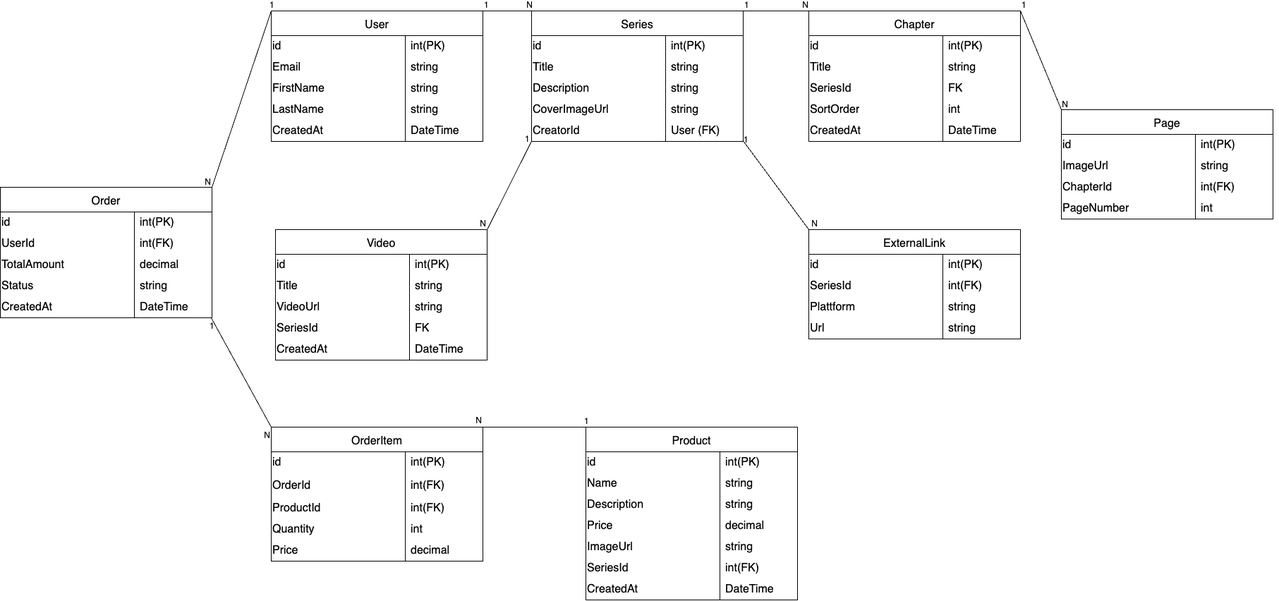
Above: Diagrams/ER-diagram.png in SaraM47/Twinstartanimation-backend (draw.io), before the change. Source tidied: cells renumbered, new cells last; positions are measured from the earlier drawing's top-left corner, leaving out a move shared by most shapes.
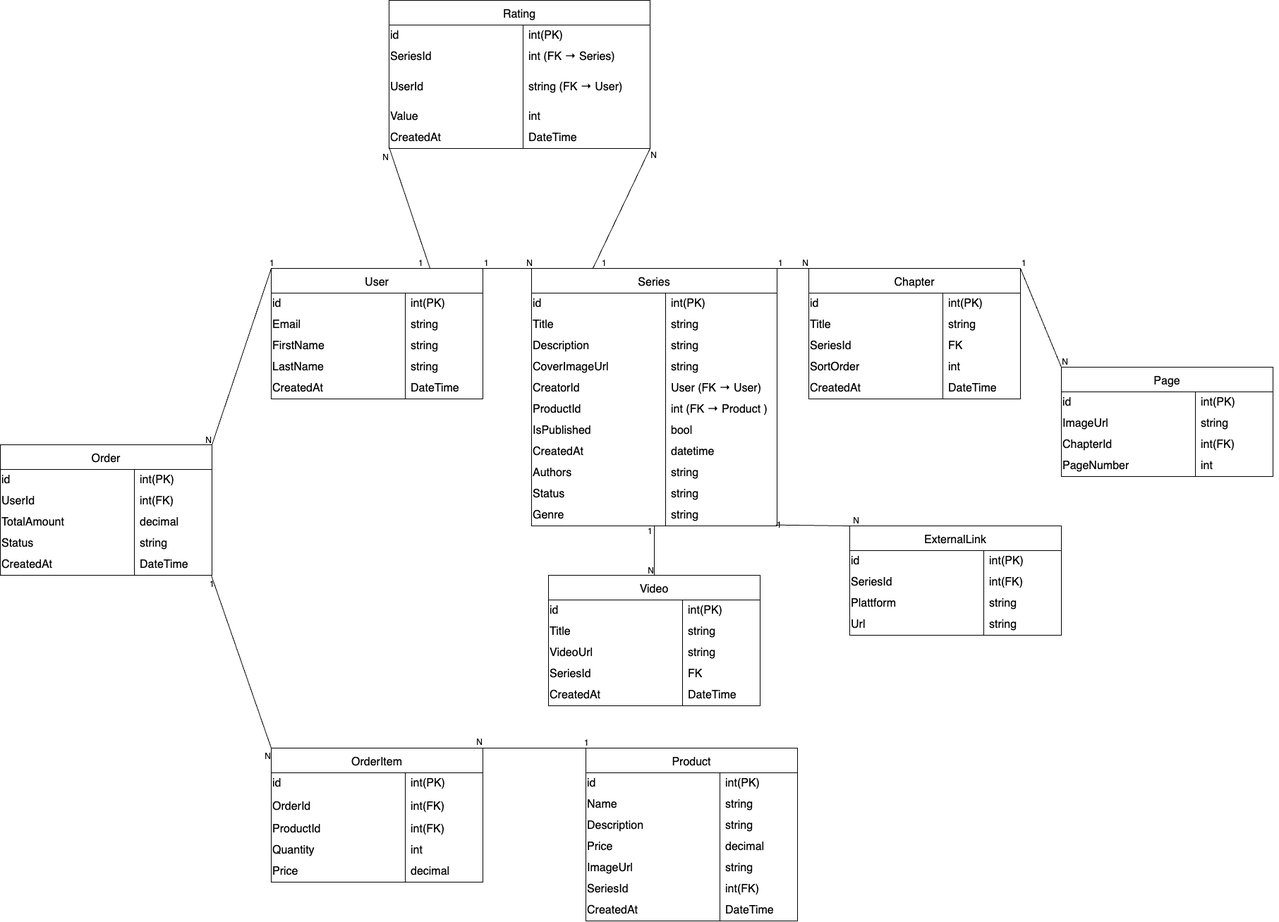
After the commit.

Commit message:
Updared the ER-diragram by adding Rating entity and fields in Series entiteten

Change to the diagram source:
```diff
@@ -53,6 +53,6 @@
     <mxCell id="18" value="Series" style="shape=table;startSize=35;rowLines=0;fontStyle=0;strokeColor=default;fontSize=16;rounded=0;" parent="1" vertex="1">
-      <mxGeometry x="753" width="300" height="185" as="geometry" />
+      <mxGeometry x="753" width="348" height="365" as="geometry" />
     </mxCell>
     <mxCell id="19" style="shape=tableRow;horizontal=0;startSize=0;swimlaneHead=0;swimlaneBody=0;top=0;left=0;bottom=0;right=0;fillColor=none;strokeColor=inherit;fontSize=16;rounded=0;" parent="18" vertex="1">
-      <mxGeometry y="35" width="300" height="30" as="geometry" />
+      <mxGeometry y="35" width="348" height="30" as="geometry" />
     </mxCell>
@@ -62,6 +62,6 @@
     <mxCell id="21" value="&lt;span style=&quot;color: rgb(0, 0, 0);&quot;&gt;&lt;font&gt;int(PK)&lt;/font&gt;&lt;/span&gt;" style="shape=partialRectangle;html=1;whiteSpace=wrap;fillColor=none;top=0;left=0;bottom=0;right=0;align=left;spacingLeft=6;overflow=hidden;strokeColor=inherit;fontSize=16;rounded=0;strokeWidth=16;" parent="19" vertex="1">
-      <mxGeometry x="190" width="110" height="30" as="geometry" />
+      <mxGeometry x="190" width="158" height="30" as="geometry" />
     </mxCell>
     <mxCell id="22" style="shape=tableRow;horizontal=0;startSize=0;swimlaneHead=0;swimlaneBody=0;top=0;left=0;bottom=0;right=0;fillColor=none;strokeColor=inherit;fontSize=16;rounded=0;" parent="18" vertex="1">
-      <mxGeometry y="65" width="300" height="30" as="geometry" />
+      <mxGeometry y="65" width="348" height="30" as="geometry" />
     </mxCell>
@@ -71,6 +71,6 @@
     <mxCell id="24" value="&lt;span style=&quot;color: rgb(0, 0, 0);&quot;&gt;&lt;font&gt;string&lt;/font&gt;&lt;/span&gt;" style="shape=partialRectangle;html=1;whiteSpace=wrap;fillColor=none;top=0;left=0;bottom=0;right=0;align=left;spacingLeft=6;overflow=hidden;strokeColor=inherit;fontSize=16;rounded=0;strokeWidth=16;" parent="22" vertex="1">
-      <mxGeometry x="190" width="110" height="30" as="geometry" />
+      <mxGeometry x="190" width="158" height="30" as="geometry" />
     </mxCell>
     <mxCell id="25" style="shape=tableRow;horizontal=0;startSize=0;swimlaneHead=0;swimlaneBody=0;top=0;left=0;bottom=0;right=0;fillColor=none;strokeColor=inherit;fontSize=16;rounded=0;" parent="18" vertex="1">
-      <mxGeometry y="95" width="300" height="30" as="geometry" />
+      <mxGeometry y="95" width="348" height="30" as="geometry" />
     </mxCell>
@@ -80,6 +80,6 @@
     <mxCell id="27" value="&lt;span style=&quot;color: rgb(0, 0, 0);&quot;&gt;&lt;font&gt;string&lt;/font&gt;&lt;/span&gt;" style="shape=partialRectangle;html=1;whiteSpace=wrap;fillColor=none;top=0;left=0;bottom=0;right=0;align=left;spacingLeft=6;overflow=hidden;strokeColor=inherit;fontSize=16;rounded=0;strokeWidth=16;" parent="25" vertex="1">
-      <mxGeometry x="190" width="110" height="30" as="geometry" />
+      <mxGeometry x="190" width="158" height="30" as="geometry" />
     </mxCell>
     <mxCell id="28" style="shape=tableRow;horizontal=0;startSize=0;swimlaneHead=0;swimlaneBody=0;top=0;left=0;bottom=0;right=0;fillColor=none;strokeColor=inherit;fontSize=16;rounded=0;" parent="18" vertex="1">
-      <mxGeometry y="125" width="300" height="30" as="geometry" />
+      <mxGeometry y="125" width="348" height="30" as="geometry" />
     </mxCell>
@@ -89,6 +89,6 @@
     <mxCell id="30" value="string" style="shape=partialRectangle;html=1;whiteSpace=wrap;fillColor=none;top=0;left=0;bottom=0;right=0;align=left;spacingLeft=6;overflow=hidden;strokeColor=inherit;fontSize=16;rounded=0;" parent="28" vertex="1">
-      <mxGeometry x="190" width="110" height="30" as="geometry" />
+      <mxGeometry x="190" width="158" height="30" as="geometry" />
     </mxCell>
     <mxCell id="31" style="shape=tableRow;horizontal=0;startSize=0;swimlaneHead=0;swimlaneBody=0;top=0;left=0;bottom=0;right=0;fillColor=none;points=[[0,0.5],[1,0.5]];portConstraint=eastwest;strokeColor=inherit;fontSize=16;rounded=0;" parent="18" vertex="1">
-      <mxGeometry y="155" width="300" height="30" as="geometry" />
+      <mxGeometry y="155" width="348" height="30" as="geometry" />
     </mxCell>
@@ -97,5 +97,59 @@
     </mxCell>
-    <mxCell id="33" value="User (FK)" style="shape=partialRectangle;html=1;whiteSpace=wrap;fillColor=none;top=0;left=0;bottom=0;right=0;align=left;spacingLeft=6;overflow=hidden;strokeColor=inherit;fontSize=16;rounded=0;" parent="31" vertex="1">
-      <mxGeometry x="190" width="110" height="30" as="geometry" />
+    <mxCell id="33" value="User (FK → User)" style="shape=partialRectangle;html=1;whiteSpace=wrap;fillColor=none;top=0;left=0;bottom=0;right=0;align=left;spacingLeft=6;overflow=hidden;strokeColor=inherit;fontSize=16;rounded=0;" parent="31" vertex="1">
+      <mxGeometry x="190" width="158" height="30" as="geometry" />
     </mxCell>
+    <mxCell id="170" style="shape=tableRow;horizontal=0;startSize=0;swimlaneHead=0;swimlaneBody=0;top=0;left=0;bottom=0;right=0;fillColor=none;strokeColor=inherit;fontSize=16;rounded=0;" parent="18" vertex="1">
+      <mxGeometry y="185" width="348" height="30" as="geometry" />
+    </mxCell>
+    <mxCell id="171" value="ProductId" style="shape=partialRectangle;html=1;whiteSpace=wrap;fillColor=none;top=0;left=0;bottom=0;right=0;overflow=hidden;strokeColor=inherit;fontSize=16;align=left;rounded=0;" parent="170" vertex="1">
+      <mxGeometry width="190" height="30" as="geometry" />
+    </mxCell>
+    <mxCell id="172" value="int (FK →&amp;nbsp;Product )" style="shape=partialRectangle;html=1;whiteSpace=wrap;fillColor=none;top=0;left=0;bottom=0;right=0;align=left;spacingLeft=6;overflow=hidden;strokeColor=inherit;fontSize=16;rounded=0;" parent="170" vertex="1">
+      <mxGeometry x="190" width="158" height="30" as="geometry" />
+    </mxCell>
+    <mxCell id="173" style="shape=tableRow;horizontal=0;startSize=0;swimlaneHead=0;swimlaneBody=0;top=0;left=0;bottom=0;right=0;fillColor=none;strokeColor=inherit;fontSize=16;rounded=0;" parent="18" vertex="1">
+      <mxGeometry y="215" width="348" height="30" as="geometry" />
+    </mxCell>
+    <mxCell id="174" value="IsPublished" style="shape=partialRectangle;html=1;whiteSpace=wrap;fillColor=none;top=0;left=0;bottom=0;right=0;overflow=hidden;strokeColor=inherit;fontSize=16;align=left;rounded=0;" parent="173" vertex="1">
+      <mxGeometry width="190" height="30" as="geometry" />
+    </mxCell>
+    <mxCell id="175" value="bool" style="shape=partialRectangle;html=1;whiteSpace=wrap;fillColor=none;top=0;left=0;bottom=0;right=0;align=left;spacingLeft=6;overflow=hidden;strokeColor=inherit;fontSize=16;rounded=0;" parent="173" vertex="1">
+      <mxGeometry x="190" width="158" height="30" as="geometry" />
+    </mxCell>
+    <mxCell id="176" style="shape=tableRow;horizontal=0;startSize=0;swimlaneHead=0;swimlaneBody=0;top=0;left=0;bottom=0;right=0;fillColor=none;strokeColor=inherit;fontSize=16;rounded=0;" parent="18" vertex="1">
+      <mxGeometry y="245" width="348" height="30" as="geometry" />
+    </mxCell>
+    <mxCell id="177" value="CreatedAt" style="shape=partialRectangle;html=1;whiteSpace=wrap;fillColor=none;top=0;left=0;bottom=0;right=0;overflow=hidden;strokeColor=inherit;fontSize=16;align=left;rounded=0;" parent="176" vertex="1">
+      <mxGeometry width="190" height="30" as="geometry" />
+    </mxCell>
+    <mxCell id="178" value="&lt;meta charset=&quot;utf-8&quot;&gt;datetime" style="shape=partialRectangle;html=1;whiteSpace=wrap;fillColor=none;top=0;left=0;bottom=0;right=0;align=left;spacingLeft=6;overflow=hidden;strokeColor=inherit;fontSize=16;rounded=0;" parent="176" vertex="1">
+      <mxGeometry x="190" width="158" height="30" as="geometry" />
+    </mxCell>
+    <mxCell id="179" style="shape=tableRow;horizontal=0;startSize=0;swimlaneHead=0;swimlaneBody=0;top=0;left=0;bottom=0;right=0;fillColor=none;strokeColor=inherit;fontSize=16;rounded=0;" parent="18" vertex="1">
+      <mxGeometry y="275" width="348" height="30" as="geometry" />
+    </mxCell>
+    <mxCell id="180" value="Authors" style="shape=partialRectangle;html=1;whiteSpace=wrap;fillColor=none;top=0;left=0;bottom=0;right=0;overflow=hidden;strokeColor=inherit;fontSize=16;align=left;rounded=0;" parent="179" vertex="1">
+      <mxGeometry width="190" height="30" as="geometry" />
+    </mxCell>
+    <mxCell id="181" value="string" style="shape=partialRectangle;html=1;whiteSpace=wrap;fillColor=none;top=0;left=0;bottom=0;right=0;align=left;spacingLeft=6;overflow=hidden;strokeColor=inherit;fontSize=16;rounded=0;" parent="179" vertex="1">
+      <mxGeometry x="190" width="158" height="30" as="geometry" />
+    </mxCell>
+    <mxCell id="182" style="shape=tableRow;horizontal=0;startSize=0;swimlaneHead=0;swimlaneBody=0;top=0;left=0;bottom=0;right=0;fillColor=none;strokeColor=inherit;fontSize=16;rounded=0;" parent="18" vertex="1">
+      <mxGeometry y="305" width="348" height="30" as="geometry" />
+    </mxCell>
+    <mxCell id="183" value="Status" style="shape=partialRectangle;html=1;whiteSpace=wrap;fillColor=none;top=0;left=0;bottom=0;right=0;overflow=hidden;strokeColor=inherit;fontSize=16;align=left;rounded=0;" parent="182" vertex="1">
+      <mxGeometry width="190" height="30" as="geometry" />
+    </mxCell>
+    <mxCell id="184" value="string" style="shape=partialRectangle;html=1;whiteSpace=wrap;fillColor=none;top=0;left=0;bottom=0;right=0;align=left;spacingLeft=6;overflow=hidden;strokeColor=inherit;fontSize=16;rounded=0;" parent="182" vertex="1">
+      <mxGeometry x="190" width="158" height="30" as="geometry" />
+    </mxCell>
+    <mxCell id="185" style="shape=tableRow;horizontal=0;startSize=0;swimlaneHead=0;swimlaneBody=0;top=0;left=0;bottom=0;right=0;fillColor=none;points=[[0,0.5],[1,0.5]];portConstraint=eastwest;strokeColor=inherit;fontSize=16;rounded=0;" parent="18" vertex="1">
+      <mxGeometry y="335" width="348" height="30" as="geometry" />
+    </mxCell>
+    <mxCell id="186" value="Genre" style="shape=partialRectangle;html=1;whiteSpace=wrap;fillColor=none;top=0;left=0;bottom=0;right=0;overflow=hidden;strokeColor=inherit;fontSize=16;align=left;rounded=0;" parent="185" vertex="1">
+      <mxGeometry width="190" height="30" as="geometry" />
+    </mxCell>
+    <mxCell id="187" value="string" style="shape=partialRectangle;html=1;whiteSpace=wrap;fillColor=none;top=0;left=0;bottom=0;right=0;align=left;spacingLeft=6;overflow=hidden;strokeColor=inherit;fontSize=16;rounded=0;" parent="185" vertex="1">
+      <mxGeometry x="190" width="158" height="30" as="geometry" />
+    </mxCell>
     <mxCell id="34" value="Chapter" style="shape=table;startSize=35;rowLines=0;fontStyle=0;strokeColor=default;fontSize=16;rounded=0;" parent="1" vertex="1">
@@ -188,3 +242,3 @@
     <mxCell id="63" value="Video" style="shape=table;startSize=35;rowLines=0;fontStyle=0;strokeColor=default;fontSize=16;rounded=0;" parent="1" vertex="1">
-      <mxGeometry x="390" y="310" width="300" height="185" as="geometry" />
+      <mxGeometry x="777" y="435" width="300" height="185" as="geometry" />
     </mxCell>
@@ -236,3 +290,3 @@
     <mxCell id="79" value="Product" style="shape=table;startSize=35;rowLines=0;fontStyle=0;strokeColor=default;fontSize=16;rounded=0;" parent="1" vertex="1">
-      <mxGeometry x="830" y="590" width="300" height="245" as="geometry" />
+      <mxGeometry x="830" y="680" width="300" height="245" as="geometry" />
     </mxCell>
@@ -350,3 +404,3 @@
     <mxCell id="117" value="OrderItem" style="shape=table;startSize=35;rowLines=0;fontStyle=0;strokeColor=default;fontSize=16;rounded=0;" parent="1" vertex="1">
-      <mxGeometry x="384" y="590" width="300" height="190" as="geometry" />
+      <mxGeometry x="384" y="680" width="300" height="190" as="geometry" />
     </mxCell>
@@ -398,3 +452,3 @@
     <mxCell id="133" value="ExternalLink" style="shape=table;startSize=35;rowLines=0;fontStyle=0;strokeColor=default;fontSize=16;rounded=0;" parent="1" vertex="1">
-      <mxGeometry x="1146" y="310" width="300" height="155" as="geometry" />
+      <mxGeometry x="1204" y="365" width="300" height="155" as="geometry" />
     </mxCell>
@@ -504,3 +558,3 @@
     </mxCell>
-    <mxCell id="164" style="endArrow=none;html=1;rounded=0;entryX=1;entryY=0;entryDx=0;entryDy=0;exitX=0;exitY=1;exitDx=0;exitDy=0;" parent="1" edge="1" source="18" target="63">
+    <mxCell id="164" style="endArrow=none;html=1;rounded=0;entryX=0.5;entryY=0;entryDx=0;entryDy=0;exitX=0.5;exitY=1;exitDx=0;exitDy=0;" parent="1" edge="1" source="18" target="63">
       <mxGeometry relative="1" as="geometry" />
@@ -509,3 +563,3 @@
       <mxGeometry x="-1" relative="1" as="geometry">
-        <mxPoint x="-11" y="5" as="offset" />
+        <mxPoint x="-11" y="15" as="offset" />
       </mxGeometry>
@@ -515,3 +569,3 @@
     </mxCell>
-    <mxCell id="167" style="endArrow=none;html=1;rounded=0;exitX=0.998;exitY=0.948;exitDx=0;exitDy=0;entryX=0;entryY=0;entryDx=0;entryDy=0;exitPerimeter=0;" parent="1" edge="1" source="31" target="133">
+    <mxCell id="167" style="endArrow=none;html=1;rounded=0;exitX=0.995;exitY=0.957;exitDx=0;exitDy=0;entryX=0;entryY=0;entryDx=0;entryDy=0;exitPerimeter=0;" parent="1" edge="1" source="185" target="133">
       <mxGeometry relative="1" as="geometry" />
@@ -528,2 +582,76 @@
     </mxCell>
+    <mxCell id="188" value="Rating" style="shape=table;startSize=35;rowLines=0;fontStyle=0;strokeColor=default;fontSize=16;rounded=0;" parent="1" vertex="1">
+      <mxGeometry x="551" y="-380" width="370" height="210" as="geometry" />
+    </mxCell>
+    <mxCell id="189" style="shape=tableRow;horizontal=0;startSize=0;swimlaneHead=0;swimlaneBody=0;top=0;left=0;bottom=0;right=0;fillColor=none;strokeColor=inherit;fontSize=16;rounded=0;" parent="188" vertex="1">
+      <mxGeometry y="35" width="370" height="30" as="geometry" />
+    </mxCell>
+    <mxCell id="190" value="id" style="shape=partialRectangle;html=1;whiteSpace=wrap;fillColor=none;top=0;left=0;bottom=0;right=0;overflow=hidden;strokeColor=inherit;fontSize=16;align=left;rounded=0;" parent="189" vertex="1">
+      <mxGeometry width="190" height="30" as="geometry" />
+    </mxCell>
+    <mxCell id="191" value="&lt;span style=&quot;color: rgb(0, 0, 0);&quot;&gt;&lt;font&gt;int(PK)&lt;/font&gt;&lt;/span&gt;" style="shape=partialRectangle;html=1;whiteSpace=wrap;fillColor=none;top=0;left=0;bottom=0;right=0;align=left;spacingLeft=6;overflow=hidden;strokeColor=inherit;fontSize=16;rounded=0;strokeWidth=16;" parent="189" vertex="1">
+      <mxGeometry x="190" width="180" height="30" as="geometry" />
+    </mxCell>
+    <mxCell id="192" style="shape=tableRow;horizontal=0;startSize=0;swimlaneHead=0;swimlaneBody=0;top=0;left=0;bottom=0;right=0;fillColor=none;strokeColor=inherit;fontSize=16;rounded=0;" parent="188" vertex="1">
+      <mxGeometry y="65" width="370" height="30" as="geometry" />
+    </mxCell>
+    <mxCell id="193" value="SeriesId" style="shape=partialRectangle;html=1;whiteSpace=wrap;fillColor=none;top=0;left=0;bottom=0;right=0;overflow=hidden;strokeColor=inherit;fontSize=16;align=left;rounded=0;" parent="192" vertex="1">
+      <mxGeometry width="190" height="30" as="geometry" />
+    </mxCell>
+    <mxCell id="194" value="int (FK → Series)" style="shape=partialRectangle;html=1;whiteSpace=wrap;fillColor=none;top=0;left=0;bottom=0;right=0;align=left;spacingLeft=6;overflow=hidden;strokeColor=inherit;fontSize=16;rounded=0;strokeWidth=16;" parent="192" vertex="1">
+      <mxGeometry x="190" width="180" height="30" as="geometry" />
+    </mxCell>
+    <mxCell id="195" style="shape=tableRow;horizontal=0;startSize=0;swimlaneHead=0;swimlaneBody=0;top=0;left=0;bottom=0;right=0;fillColor=none;strokeColor=inherit;fontSize=16;rounded=0;" parent="188" vertex="1">
+      <mxGeometry y="95" width="370" height="55" as="geometry" />
+    </mxCell>
+    <mxCell id="196" value="UserId" style="shape=partialRectangle;html=1;whiteSpace=wrap;fillColor=none;top=0;left=0;bottom=0;right=0;overflow=hidden;strokeColor=inherit;fontSize=16;align=left;rounded=0;" parent="195" vertex="1">
+      <mxGeometry width="190" height="55" as="geometry" />
+    </mxCell>
+    <mxCell id="197" value="string (FK → User)" style="shape=partialRectangle;html=1;whiteSpace=wrap;fillColor=none;top=0;left=0;bottom=0;right=0;align=left;spacingLeft=6;overflow=hidden;strokeColor=inherit;fontSize=16;rounded=0;" parent="195" vertex="1">
+      <mxGeometry x="190" width="180" height="55" as="geometry" />
+    </mxCell>
+    <mxCell id="198" style="shape=tableRow;horizontal=0;startSize=0;swimlaneHead=0;swimlaneBody=0;top=0;left=0;bottom=0;right=0;fillColor=none;strokeColor=inherit;fontSize=16;rounded=0;" parent="188" vertex="1">
+      <mxGeometry y="150" width="370" height="30" as="geometry" />
+    </mxCell>
+    <mxCell id="199" value="Value" style="shape=partialRectangle;html=1;whiteSpace=wrap;fillColor=none;top=0;left=0;bottom=0;right=0;overflow=hidden;strokeColor=inherit;fontSize=16;align=left;rounded=0;" parent="198" vertex="1">
+      <mxGeometry width="190" height="30" as="geometry" />
+    </mxCell>
+    <mxCell id="200" value="int" style="shape=partialRectangle;html=1;whiteSpace=wrap;fillColor=none;top=0;left=0;bottom=0;right=0;align=left;spacingLeft=6;overflow=hidden;strokeColor=inherit;fontSize=16;rounded=0;" parent="198" vertex="1">
+      <mxGeometry x="190" width="180" height="30" as="geometry" />
+    </mxCell>
+    <mxCell id="201" style="shape=tableRow;horizontal=0;startSize=0;swimlaneHead=0;swimlaneBody=0;top=0;left=0;bottom=0;right=0;fillColor=none;points=[[0,0.5],[1,0.5]];portConstraint=eastwest;strokeColor=inherit;fontSize=16;rounded=0;" parent="188" vertex="1">
+      <mxGeometry y="180" width="370" height="30" as="geometry" />
+    </mxCell>
+    <mxCell id="202" value="CreatedAt" style="shape=partialRectangle;html=1;whiteSpace=wrap;fillColor=none;top=0;left=0;bottom=0;right=0;overflow=hidden;strokeColor=inherit;fontSize=16;align=left;rounded=0;" parent="201" vertex="1">
+      <mxGeometry width="190" height="30" as="geometry" />
+    </mxCell>
+    <mxCell id="203" value="DateTime" style="shape=partialRectangle;html=1;whiteSpace=wrap;fillColor=none;top=0;left=0;bottom=0;right=0;align=left;spacingLeft=6;overflow=hidden;strokeColor=inherit;fontSize=16;rounded=0;" parent="201" vertex="1">
+      <mxGeometry x="190" width="180" height="30" as="geometry" />
+    </mxCell>
+    <mxCell id="204" style="endArrow=none;html=1;rounded=0;exitX=0.75;exitY=0;exitDx=0;exitDy=0;entryX=0;entryY=0.937;entryDx=0;entryDy=0;entryPerimeter=0;" parent="1" edge="1" source="2" target="201">
+      <mxGeometry relative="1" as="geometry" />
+    </mxCell>
+    <mxCell id="205" value="1" style="html=1;whiteSpace=wrap;align=left;verticalAlign=bottom;" parent="204" vertex="1">
+      <mxGeometry x="-1" relative="1" as="geometry">
+        <mxPoint x="-18" as="offset" />
+      </mxGeometry>
+    </mxCell>
+    <mxCell id="206" value="N" style="html=1;whiteSpace=wrap;align=right;verticalAlign=bottom;" parent="204" vertex="1">
+      <mxGeometry x="1" relative="1" as="geometry">
+        <mxPoint y="22" as="offset" />
+      </mxGeometry>
+    </mxCell>
+    <mxCell id="207" style="endArrow=none;html=1;rounded=0;exitX=0.25;exitY=0;exitDx=0;exitDy=0;entryX=1.001;entryY=0.975;entryDx=0;entryDy=0;entryPerimeter=0;" parent="1" edge="1" source="18" target="201">
+      <mxGeometry relative="1" as="geometry" />
+    </mxCell>
+    <mxCell id="208" value="1" style="html=1;whiteSpace=wrap;align=left;verticalAlign=bottom;" parent="207" vertex="1">
+      <mxGeometry x="-1" relative="1" as="geometry">
+        <mxPoint x="11" as="offset" />
+      </mxGeometry>
+    </mxCell>
+    <mxCell id="209" value="N" style="html=1;whiteSpace=wrap;align=right;verticalAlign=bottom;" parent="207" vertex="1">
+      <mxGeometry x="1" relative="1" as="geometry">
+        <mxPoint x="10" y="17" as="offset" />
+      </mxGeometry>
+    </mxCell>
   </root>
```
